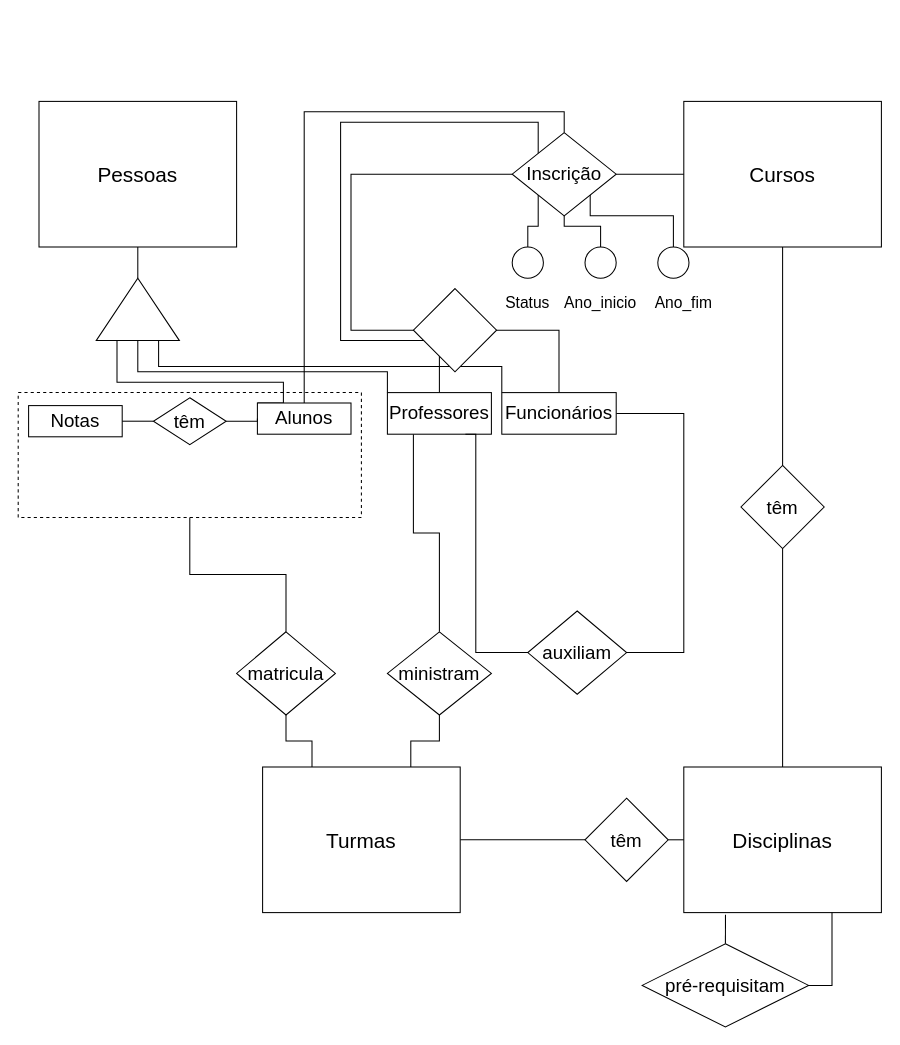
Above: Lists/List01/Exec05/University.drawio in RenanGAS/Database-1 (draw.io), before the change. Source tidied: cells renumbered, new cells numbered last; positions are measured from the earlier drawing's top-left corner, leaving out a move shared by most shapes. Both pictures are drawn from the tidied source at 104%, with x=0, y=0 at pixel (18, 101).
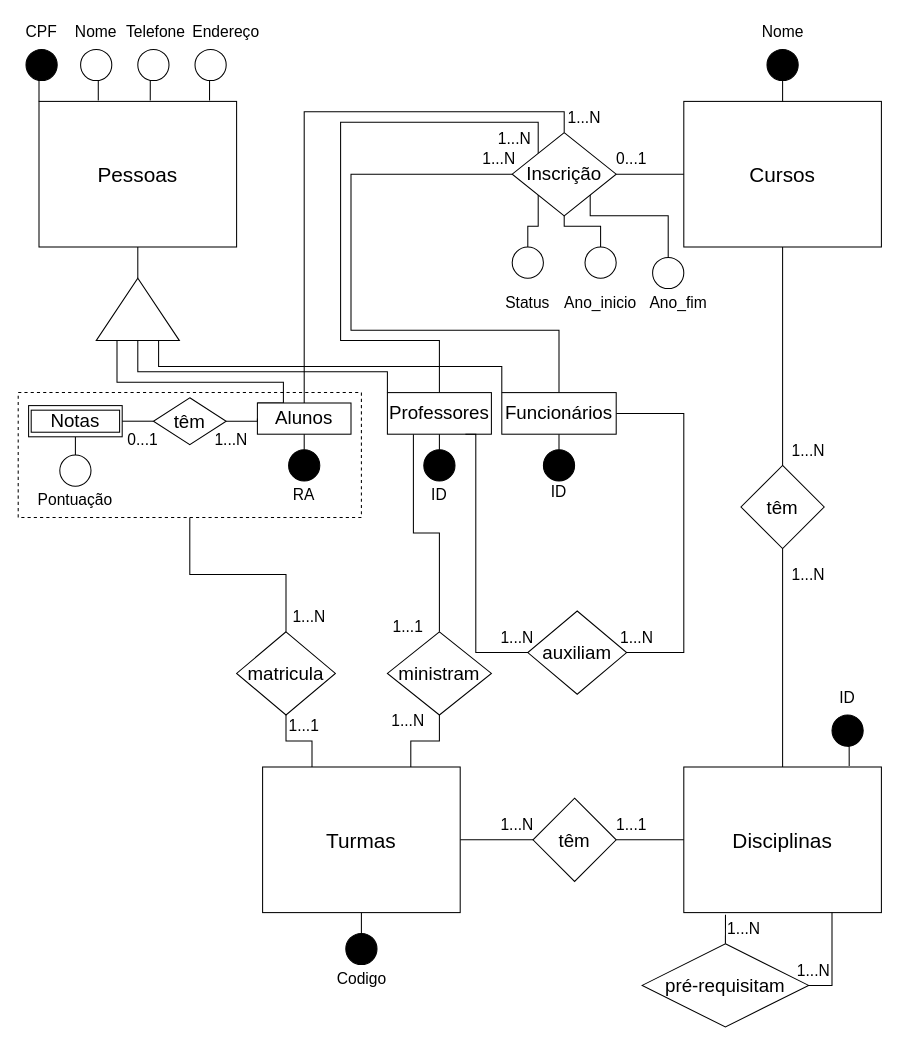
After the change.

Unchanged cells that the change refers to:
```xml
<mxCell id="2" value="&lt;font style=&quot;font-size: 20px&quot;&gt;Cursos&lt;/font&gt;" style="rounded=0;whiteSpace=wrap;html=1;" parent="1" vertex="1">
  <mxGeometry x="640" width="190" height="140" as="geometry" />
</mxCell>
<mxCell id="3" value="&lt;span style=&quot;font-size: 20px&quot;&gt;Disciplinas&lt;/span&gt;" style="rounded=0;whiteSpace=wrap;html=1;" parent="1" vertex="1">
  <mxGeometry x="640" y="640" width="190" height="140" as="geometry" />
</mxCell>
<mxCell id="4" value="&lt;span style=&quot;font-size: 20px&quot;&gt;Pessoas&lt;/span&gt;" style="rounded=0;whiteSpace=wrap;html=1;" parent="1" vertex="1">
  <mxGeometry x="20" width="190" height="140" as="geometry" />
</mxCell>
<mxCell id="6" value="&lt;span style=&quot;font-size: 20px&quot;&gt;Turmas&lt;/span&gt;" style="rounded=0;whiteSpace=wrap;html=1;" parent="1" vertex="1">
  <mxGeometry x="235" y="640" width="190" height="140" as="geometry" />
</mxCell>
<mxCell id="19" value="Alunos" style="rounded=0;whiteSpace=wrap;html=1;fontSize=18;" parent="1" vertex="1">
  <mxGeometry x="230" y="290" width="90" height="30" as="geometry" />
</mxCell>
<mxCell id="22" value="Professores" style="rounded=0;whiteSpace=wrap;html=1;fontSize=18;" parent="1" vertex="1">
  <mxGeometry x="355" y="280" width="100" height="40" as="geometry" />
</mxCell>
<mxCell id="25" value="Funcionários" style="rounded=0;whiteSpace=wrap;html=1;fontSize=18;" parent="1" vertex="1">
  <mxGeometry x="465" y="280" width="110" height="40" as="geometry" />
</mxCell>
<mxCell id="27" value="Inscrição" style="rhombus;whiteSpace=wrap;html=1;fontSize=18;" parent="1" vertex="1">
  <mxGeometry x="475" y="30" width="100" height="80" as="geometry" />
</mxCell>
<mxCell id="45" value="Notas" style="rounded=0;whiteSpace=wrap;html=1;fontSize=18;" parent="1" vertex="1">
  <mxGeometry x="10" y="292.5" width="90" height="30" as="geometry" />
</mxCell>
```

What changed in the source:
```diff
@@
+    <mxCell id="52" style="edgeStyle=orthogonalEdgeStyle;rounded=0;jettySize=auto;html=1;exitX=0.5;exitY=1;exitDx=0;exitDy=0;entryX=0.5;entryY=0;entryDx=0;entryDy=0;fontSize=15;fontColor=#FFFFFF;endArrow=none;endFill=0;" parent="1" edge="1" source="6" target="84">
+      <mxGeometry relative="1" as="geometry" />
+    </mxCell>
@@
+    <mxCell id="53" style="edgeStyle=orthogonalEdgeStyle;rounded=0;jettySize=auto;html=1;exitX=0.5;exitY=1;exitDx=0;exitDy=0;entryX=0.5;entryY=0;entryDx=0;entryDy=0;fontSize=15;fontColor=#FFFFFF;endArrow=none;endFill=0;" parent="1" edge="1" source="25" target="82">
+      <mxGeometry relative="1" as="geometry" />
+    </mxCell>
@@
     <mxCell id="34" style="edgeStyle=orthogonalEdgeStyle;rounded=0;jettySize=auto;html=1;exitX=0.5;exitY=0;exitDx=0;exitDy=0;entryX=1;entryY=1;entryDx=0;entryDy=0;fontSize=15;endArrow=none;endFill=0;" parent="1" edge="1" source="35" target="27">
       <mxGeometry relative="1" as="geometry">
         <Array as="points">
-          <mxPoint x="630" y="110" />
+          <mxPoint x="625" y="110" />
           <mxPoint x="550" y="110" />
         </Array>
       </mxGeometry>
     </mxCell>
     <mxCell id="35" style="ellipse;whiteSpace=wrap;html=1;fontSize=18;direction=east;flipH=0;flipV=1;" parent="1" vertex="1">
-      <mxGeometry x="615" y="140" width="30" height="30" as="geometry" />
+      <mxGeometry x="610" y="150" width="30" height="30" as="geometry" />
     </mxCell>
     <mxCell id="36" value="&lt;span style=&quot;font-size: 15px&quot;&gt;Ano_fim&lt;/span&gt;" style="text;html=1;strokeColor=none;fillColor=none;align=center;verticalAlign=middle;whiteSpace=wrap;rounded=0;fontSize=18;direction=east;flipH=0;flipV=1;" parent="1" vertex="1">
-      <mxGeometry x="615" y="180" width="50" height="25" as="geometry" />
+      <mxGeometry x="610" y="180" width="50" height="25" as="geometry" />
     </mxCell>
@@
     <mxCell id="40" value="&lt;font style=&quot;font-size: 18px&quot;&gt;têm&lt;/font&gt;" style="rhombus;whiteSpace=wrap;html=1;fontSize=20;" parent="1" vertex="1">
-      <mxGeometry x="545" y="670" width="80" height="80" as="geometry" />
+      <mxGeometry x="495" y="670" width="80" height="80" as="geometry" />
     </mxCell>
@@
+    <mxCell id="54" style="edgeStyle=orthogonalEdgeStyle;rounded=0;jettySize=auto;html=1;exitX=0.5;exitY=1;exitDx=0;exitDy=0;entryX=0.5;entryY=0;entryDx=0;entryDy=0;fontSize=15;endArrow=none;endFill=0;" parent="1" edge="1" source="45" target="55">
+      <mxGeometry relative="1" as="geometry" />
+    </mxCell>
@@
-    <mxCell id="46" style="rhombus;whiteSpace=wrap;html=1;fontSize=15;" parent="1" vertex="1">
-      <mxGeometry x="380" y="180" width="80" height="80" as="geometry" />
-    </mxCell>
@@
+    <mxCell id="55" style="ellipse;whiteSpace=wrap;html=1;fontSize=18;direction=east;flipH=0;flipV=1;" parent="1" vertex="1">
+      <mxGeometry x="40" y="340" width="30" height="30" as="geometry" />
+    </mxCell>
+    <mxCell id="56" value="&lt;font style=&quot;font-size: 15px&quot;&gt;Pontuação&lt;/font&gt;" style="text;html=1;strokeColor=none;fillColor=none;align=center;verticalAlign=middle;whiteSpace=wrap;rounded=0;fontSize=18;direction=east;flipH=0;flipV=1;" parent="1" vertex="1">
+      <mxGeometry x="20" y="370" width="70" height="25" as="geometry" />
+    </mxCell>
+    <mxCell id="57" style="edgeStyle=orthogonalEdgeStyle;rounded=0;jettySize=auto;html=1;exitX=0.5;exitY=0;exitDx=0;exitDy=0;entryX=0.5;entryY=1;entryDx=0;entryDy=0;fontSize=15;endArrow=none;endFill=0;" parent="1" edge="1" source="58" target="19">
+      <mxGeometry relative="1" as="geometry" />
+    </mxCell>
+    <mxCell id="58" style="ellipse;whiteSpace=wrap;html=1;fontSize=18;direction=east;flipH=0;flipV=1;fillColor=#000000;" parent="1" vertex="1">
+      <mxGeometry x="260" y="335" width="30" height="30" as="geometry" />
+    </mxCell>
+    <mxCell id="59" value="&lt;font style=&quot;font-size: 15px&quot;&gt;RA&lt;/font&gt;" style="text;html=1;strokeColor=none;fillColor=none;align=center;verticalAlign=middle;whiteSpace=wrap;rounded=0;fontSize=18;direction=east;flipH=0;flipV=1;" parent="1" vertex="1">
+      <mxGeometry x="260" y="365" width="30" height="25" as="geometry" />
+    </mxCell>
+    <mxCell id="60" style="edgeStyle=orthogonalEdgeStyle;rounded=0;jettySize=auto;html=1;exitX=0.5;exitY=1;exitDx=0;exitDy=0;entryX=0.5;entryY=0;entryDx=0;entryDy=0;fontSize=15;endArrow=none;endFill=0;" parent="1" edge="1" source="61" target="2">
+      <mxGeometry relative="1" as="geometry" />
+    </mxCell>
+    <mxCell id="61" style="ellipse;whiteSpace=wrap;html=1;fontSize=18;direction=east;flipH=0;flipV=1;labelBackgroundColor=#000000;fillColor=#000000;" parent="1" vertex="1">
+      <mxGeometry x="720" y="-50" width="30" height="30" as="geometry" />
+    </mxCell>
+    <mxCell id="62" value="&lt;font style=&quot;font-size: 15px&quot;&gt;Nome&lt;/font&gt;" style="text;html=1;strokeColor=none;fillColor=none;align=center;verticalAlign=middle;whiteSpace=wrap;rounded=0;fontSize=18;direction=east;flipH=0;flipV=1;" parent="1" vertex="1">
+      <mxGeometry x="712.5" y="-80" width="45" height="25" as="geometry" />
+    </mxCell>
+    <mxCell id="63" style="edgeStyle=orthogonalEdgeStyle;rounded=0;jettySize=auto;html=1;exitX=0.5;exitY=1;exitDx=0;exitDy=0;entryX=0.837;entryY=-0.007;entryDx=0;entryDy=0;entryPerimeter=0;fontSize=15;endArrow=none;endFill=0;" parent="1" edge="1" source="64" target="3">
+      <mxGeometry relative="1" as="geometry" />
+    </mxCell>
+    <mxCell id="64" style="ellipse;whiteSpace=wrap;html=1;fontSize=18;direction=east;flipH=0;flipV=1;labelBackgroundColor=#000000;fontColor=#FFFFFF;fillColor=#000000;" parent="1" vertex="1">
+      <mxGeometry x="782.5" y="590" width="30" height="30" as="geometry" />
+    </mxCell>
+    <mxCell id="65" value="&lt;font style=&quot;font-size: 15px&quot;&gt;ID&lt;/font&gt;" style="text;html=1;strokeColor=none;fillColor=none;align=center;verticalAlign=middle;whiteSpace=wrap;rounded=0;fontSize=18;direction=east;flipH=0;flipV=1;" parent="1" vertex="1">
+      <mxGeometry x="775" y="560" width="45" height="25" as="geometry" />
+    </mxCell>
+    <mxCell id="66" style="rounded=0;whiteSpace=wrap;html=1;labelBackgroundColor=none;fontSize=15;fontColor=#FFFFFF;fillColor=none;" parent="1" vertex="1">
+      <mxGeometry x="12.5" y="296.9" width="85" height="21.2" as="geometry" />
+    </mxCell>
+    <mxCell id="67" style="edgeStyle=orthogonalEdgeStyle;rounded=0;jettySize=auto;html=1;exitX=0.5;exitY=1;exitDx=0;exitDy=0;entryX=0;entryY=0;entryDx=0;entryDy=0;fontSize=15;fontColor=#FFFFFF;endArrow=none;endFill=0;" parent="1" edge="1" source="68" target="4">
+      <mxGeometry relative="1" as="geometry" />
+    </mxCell>
+    <mxCell id="68" style="ellipse;whiteSpace=wrap;html=1;fontSize=18;direction=east;flipH=0;flipV=1;labelBackgroundColor=#000000;fillColor=#000000;" parent="1" vertex="1">
+      <mxGeometry x="7.5" y="-50" width="30" height="30" as="geometry" />
+    </mxCell>
+    <mxCell id="69" value="&lt;font style=&quot;font-size: 15px&quot;&gt;CPF&lt;/font&gt;" style="text;html=1;strokeColor=none;fillColor=none;align=center;verticalAlign=middle;whiteSpace=wrap;rounded=0;fontSize=18;direction=east;flipH=0;flipV=1;" parent="1" vertex="1">
+      <mxGeometry y="-80" width="45" height="25" as="geometry" />
+    </mxCell>
+    <mxCell id="70" style="edgeStyle=orthogonalEdgeStyle;rounded=0;jettySize=auto;html=1;exitX=0.5;exitY=1;exitDx=0;exitDy=0;entryX=0.3;entryY=-0.007;entryDx=0;entryDy=0;entryPerimeter=0;fontSize=15;fontColor=#FFFFFF;endArrow=none;endFill=0;" parent="1" edge="1" source="71" target="4">
+      <mxGeometry relative="1" as="geometry" />
+    </mxCell>
+    <mxCell id="71" style="ellipse;whiteSpace=wrap;html=1;fontSize=18;direction=east;flipH=0;flipV=1;" parent="1" vertex="1">
+      <mxGeometry x="60" y="-50" width="30" height="30" as="geometry" />
+    </mxCell>
+    <mxCell id="72" value="&lt;font style=&quot;font-size: 15px&quot;&gt;Nome&lt;/font&gt;" style="text;html=1;strokeColor=none;fillColor=none;align=center;verticalAlign=middle;whiteSpace=wrap;rounded=0;fontSize=18;direction=east;flipH=0;flipV=1;" parent="1" vertex="1">
+      <mxGeometry x="50" y="-80" width="50" height="25" as="geometry" />
+    </mxCell>
+    <mxCell id="73" style="edgeStyle=orthogonalEdgeStyle;rounded=0;jettySize=auto;html=1;exitX=0.5;exitY=1;exitDx=0;exitDy=0;entryX=0.563;entryY=-0.007;entryDx=0;entryDy=0;entryPerimeter=0;fontSize=15;fontColor=#FFFFFF;endArrow=none;endFill=0;" parent="1" edge="1" source="74" target="4">
+      <mxGeometry relative="1" as="geometry" />
+    </mxCell>
+    <mxCell id="74" style="ellipse;whiteSpace=wrap;html=1;fontSize=18;direction=east;flipH=0;flipV=1;" parent="1" vertex="1">
+      <mxGeometry x="115" y="-50" width="30" height="30" as="geometry" />
+    </mxCell>
+    <mxCell id="75" value="&lt;font style=&quot;font-size: 15px&quot;&gt;Telefone&lt;/font&gt;" style="text;html=1;strokeColor=none;fillColor=none;align=center;verticalAlign=middle;whiteSpace=wrap;rounded=0;fontSize=18;direction=east;flipH=0;flipV=1;" parent="1" vertex="1">
+      <mxGeometry x="105" y="-80" width="55" height="25" as="geometry" />
+    </mxCell>
+    <mxCell id="76" style="edgeStyle=orthogonalEdgeStyle;rounded=0;jettySize=auto;html=1;exitX=0.5;exitY=1;exitDx=0;exitDy=0;entryX=0.863;entryY=-0.007;entryDx=0;entryDy=0;entryPerimeter=0;fontSize=15;fontColor=#FFFFFF;endArrow=none;endFill=0;" parent="1" edge="1" source="77" target="4">
+      <mxGeometry relative="1" as="geometry" />
+    </mxCell>
+    <mxCell id="77" style="ellipse;whiteSpace=wrap;html=1;fontSize=18;direction=east;flipH=0;flipV=1;" parent="1" vertex="1">
+      <mxGeometry x="170" y="-50" width="30" height="30" as="geometry" />
+    </mxCell>
+    <mxCell id="78" value="&lt;span style=&quot;font-size: 15px&quot;&gt;Endereço&lt;/span&gt;" style="text;html=1;strokeColor=none;fillColor=none;align=center;verticalAlign=middle;whiteSpace=wrap;rounded=0;fontSize=18;direction=east;flipH=0;flipV=1;" parent="1" vertex="1">
+      <mxGeometry x="165" y="-80" width="70" height="25" as="geometry" />
+    </mxCell>
+    <mxCell id="79" style="edgeStyle=orthogonalEdgeStyle;rounded=0;jettySize=auto;html=1;exitX=0.5;exitY=0;exitDx=0;exitDy=0;entryX=0.5;entryY=1;entryDx=0;entryDy=0;fontSize=15;fontColor=#FFFFFF;endArrow=none;endFill=0;" parent="1" edge="1" source="80" target="22">
+      <mxGeometry relative="1" as="geometry" />
+    </mxCell>
+    <mxCell id="80" style="ellipse;whiteSpace=wrap;html=1;fontSize=18;direction=east;flipH=0;flipV=1;fillColor=#000000;" parent="1" vertex="1">
+      <mxGeometry x="390" y="335" width="30" height="30" as="geometry" />
+    </mxCell>
+    <mxCell id="81" value="&lt;font style=&quot;font-size: 15px&quot;&gt;ID&lt;/font&gt;" style="text;html=1;strokeColor=none;fillColor=none;align=center;verticalAlign=middle;whiteSpace=wrap;rounded=0;fontSize=18;direction=east;flipH=0;flipV=1;" parent="1" vertex="1">
+      <mxGeometry x="390" y="365" width="30" height="25" as="geometry" />
+    </mxCell>
+    <mxCell id="82" style="ellipse;whiteSpace=wrap;html=1;fontSize=18;direction=east;flipH=0;flipV=1;fillColor=#000000;" parent="1" vertex="1">
+      <mxGeometry x="505" y="335" width="30" height="30" as="geometry" />
+    </mxCell>
+    <mxCell id="83" value="&lt;font style=&quot;font-size: 15px&quot;&gt;ID&lt;/font&gt;" style="text;html=1;strokeColor=none;fillColor=none;align=center;verticalAlign=middle;whiteSpace=wrap;rounded=0;fontSize=18;direction=east;flipH=0;flipV=1;" parent="1" vertex="1">
+      <mxGeometry x="505" y="360" width="30" height="30" as="geometry" />
+    </mxCell>
+    <mxCell id="84" style="ellipse;whiteSpace=wrap;html=1;fontSize=18;direction=east;flipH=0;flipV=1;fillColor=#000000;" parent="1" vertex="1">
+      <mxGeometry x="315" y="800" width="30" height="30" as="geometry" />
+    </mxCell>
+    <mxCell id="85" value="&lt;font style=&quot;font-size: 15px&quot;&gt;Codigo&lt;/font&gt;" style="text;html=1;strokeColor=none;fillColor=none;align=center;verticalAlign=middle;whiteSpace=wrap;rounded=0;fontSize=18;direction=east;flipH=0;flipV=1;" parent="1" vertex="1">
+      <mxGeometry x="307.5" y="830" width="45" height="25" as="geometry" />
+    </mxCell>
+    <mxCell id="86" value="&lt;font color=&quot;#000000&quot;&gt;1...N&lt;/font&gt;" style="text;html=1;strokeColor=none;fillColor=none;align=center;verticalAlign=middle;whiteSpace=wrap;rounded=0;labelBackgroundColor=none;fontSize=15;fontColor=#FFFFFF;" parent="1" vertex="1">
+      <mxGeometry x="450" y="40" width="25" height="30" as="geometry" />
+    </mxCell>
+    <mxCell id="87" value="&lt;font color=&quot;#000000&quot;&gt;1...N&lt;/font&gt;" style="text;html=1;strokeColor=none;fillColor=none;align=center;verticalAlign=middle;whiteSpace=wrap;rounded=0;labelBackgroundColor=none;fontSize=15;fontColor=#FFFFFF;" parent="1" vertex="1">
+      <mxGeometry x="460" y="20" width="35" height="30" as="geometry" />
+    </mxCell>
+    <mxCell id="88" value="&lt;font color=&quot;#000000&quot;&gt;1...N&lt;/font&gt;" style="text;html=1;strokeColor=none;fillColor=none;align=center;verticalAlign=middle;whiteSpace=wrap;rounded=0;labelBackgroundColor=none;fontSize=15;fontColor=#FFFFFF;" parent="1" vertex="1">
+      <mxGeometry x="527.5" width="32.5" height="30" as="geometry" />
+    </mxCell>
+    <mxCell id="89" value="&lt;font color=&quot;#000000&quot;&gt;0...1&lt;/font&gt;" style="text;html=1;strokeColor=none;fillColor=none;align=center;verticalAlign=middle;whiteSpace=wrap;rounded=0;labelBackgroundColor=none;fontSize=15;fontColor=#FFFFFF;" parent="1" vertex="1">
+      <mxGeometry x="580" y="40" width="20" height="30" as="geometry" />
+    </mxCell>
+    <mxCell id="90" value="&lt;font color=&quot;#000000&quot;&gt;1...N&lt;/font&gt;" style="text;html=1;strokeColor=none;fillColor=none;align=center;verticalAlign=middle;whiteSpace=wrap;rounded=0;labelBackgroundColor=none;fontSize=15;fontColor=#FFFFFF;" parent="1" vertex="1">
+      <mxGeometry x="750" y="320" width="20" height="30" as="geometry" />
+    </mxCell>
+    <mxCell id="91" value="&lt;font color=&quot;#000000&quot;&gt;1...N&lt;/font&gt;" style="text;html=1;strokeColor=none;fillColor=none;align=center;verticalAlign=middle;whiteSpace=wrap;rounded=0;labelBackgroundColor=none;fontSize=15;fontColor=#FFFFFF;" parent="1" vertex="1">
+      <mxGeometry x="745" y="440" width="30" height="30" as="geometry" />
+    </mxCell>
+    <mxCell id="92" value="&lt;font color=&quot;#000000&quot;&gt;1...N&lt;/font&gt;" style="text;html=1;strokeColor=none;fillColor=none;align=center;verticalAlign=middle;whiteSpace=wrap;rounded=0;labelBackgroundColor=none;fontSize=15;fontColor=#FFFFFF;" parent="1" vertex="1">
+      <mxGeometry x="470" y="500" width="20" height="30" as="geometry" />
+    </mxCell>
+    <mxCell id="93" value="&lt;font color=&quot;#000000&quot;&gt;1...N&lt;/font&gt;" style="text;html=1;strokeColor=none;fillColor=none;align=center;verticalAlign=middle;whiteSpace=wrap;rounded=0;labelBackgroundColor=none;fontSize=15;fontColor=#FFFFFF;" parent="1" vertex="1">
+      <mxGeometry x="585" y="500" width="20" height="30" as="geometry" />
+    </mxCell>
+    <mxCell id="94" value="&lt;font color=&quot;#000000&quot;&gt;1...N&lt;/font&gt;" style="text;html=1;strokeColor=none;fillColor=none;align=center;verticalAlign=middle;whiteSpace=wrap;rounded=0;labelBackgroundColor=none;fontSize=15;fontColor=#FFFFFF;" parent="1" vertex="1">
+      <mxGeometry x="265" y="480" width="30" height="30" as="geometry" />
+    </mxCell>
+    <mxCell id="95" value="&lt;font color=&quot;#000000&quot;&gt;1...1&lt;/font&gt;" style="text;html=1;strokeColor=none;fillColor=none;align=center;verticalAlign=middle;whiteSpace=wrap;rounded=0;labelBackgroundColor=none;fontSize=15;fontColor=#FFFFFF;" parent="1" vertex="1">
+      <mxGeometry x="265" y="585" width="20" height="30" as="geometry" />
+    </mxCell>
+    <mxCell id="96" value="&lt;font color=&quot;#000000&quot;&gt;1...N&lt;/font&gt;" style="text;html=1;strokeColor=none;fillColor=none;align=center;verticalAlign=middle;whiteSpace=wrap;rounded=0;labelBackgroundColor=none;fontSize=15;fontColor=#FFFFFF;" parent="1" vertex="1">
+      <mxGeometry x="750" y="820" width="30" height="30" as="geometry" />
+    </mxCell>
+    <mxCell id="97" value="&lt;font color=&quot;#000000&quot;&gt;1...N&lt;/font&gt;" style="text;html=1;strokeColor=none;fillColor=none;align=center;verticalAlign=middle;whiteSpace=wrap;rounded=0;labelBackgroundColor=none;fontSize=15;fontColor=#FFFFFF;" parent="1" vertex="1">
+      <mxGeometry x="682.5" y="780" width="30" height="30" as="geometry" />
+    </mxCell>
+    <mxCell id="98" value="&lt;font color=&quot;#000000&quot;&gt;1...N&lt;/font&gt;" style="text;html=1;strokeColor=none;fillColor=none;align=center;verticalAlign=middle;whiteSpace=wrap;rounded=0;labelBackgroundColor=none;fontSize=15;fontColor=#FFFFFF;" parent="1" vertex="1">
+      <mxGeometry x="465" y="680" width="30" height="30" as="geometry" />
+    </mxCell>
+    <mxCell id="99" value="&lt;font color=&quot;#000000&quot;&gt;1...1&lt;/font&gt;" style="text;html=1;strokeColor=none;fillColor=none;align=center;verticalAlign=middle;whiteSpace=wrap;rounded=0;labelBackgroundColor=none;fontSize=15;fontColor=#FFFFFF;" parent="1" vertex="1">
+      <mxGeometry x="575" y="680" width="30" height="30" as="geometry" />
+    </mxCell>
+    <mxCell id="100" value="&lt;font color=&quot;#000000&quot;&gt;1...N&lt;/font&gt;" style="text;html=1;strokeColor=none;fillColor=none;align=center;verticalAlign=middle;whiteSpace=wrap;rounded=0;labelBackgroundColor=none;fontSize=15;fontColor=#FFFFFF;" parent="1" vertex="1">
+      <mxGeometry x="360" y="580" width="30" height="30" as="geometry" />
+    </mxCell>
+    <mxCell id="101" value="&lt;font color=&quot;#000000&quot;&gt;1...1&lt;/font&gt;" style="text;html=1;strokeColor=none;fillColor=none;align=center;verticalAlign=middle;whiteSpace=wrap;rounded=0;labelBackgroundColor=none;fontSize=15;fontColor=#FFFFFF;" parent="1" vertex="1">
+      <mxGeometry x="360" y="490" width="30" height="30" as="geometry" />
+    </mxCell>
+    <mxCell id="102" value="&lt;font color=&quot;#000000&quot;&gt;0...1&lt;/font&gt;" style="text;html=1;strokeColor=none;fillColor=none;align=center;verticalAlign=middle;whiteSpace=wrap;rounded=0;labelBackgroundColor=none;fontSize=15;fontColor=#FFFFFF;" parent="1" vertex="1">
+      <mxGeometry x="105" y="310" width="30" height="30" as="geometry" />
+    </mxCell>
+    <mxCell id="103" value="&lt;font color=&quot;#000000&quot;&gt;1...N&lt;/font&gt;" style="text;html=1;strokeColor=none;fillColor=none;align=center;verticalAlign=middle;whiteSpace=wrap;rounded=0;labelBackgroundColor=none;fontSize=15;fontColor=#FFFFFF;" parent="1" vertex="1">
+      <mxGeometry x="190" y="310" width="30" height="30" as="geometry" />
+    </mxCell>
```
